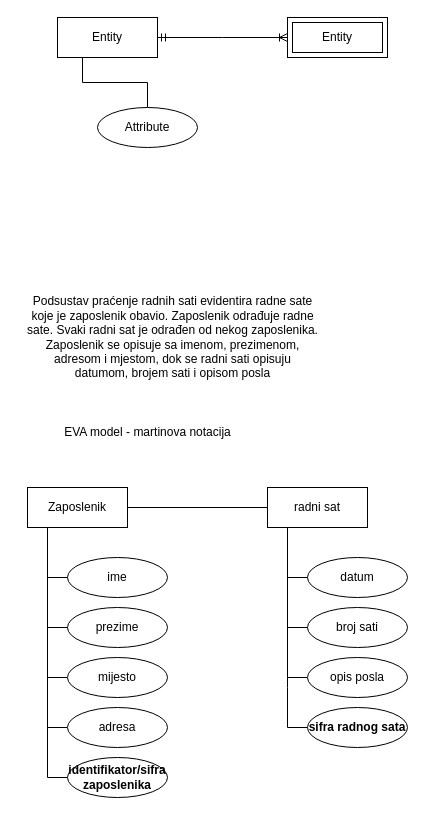
This is Untitled Diagram.drawio from ivorp95/Telematika, a draw.io file, before an edit. Source tidied: cells renumbered, new cells numbered last; positions are measured from the earlier drawing's top-left corner, leaving out a move shared by most shapes. Both pictures are drawn from the tidied source at 100%, with x=0, y=0 at pixel (17, 17).
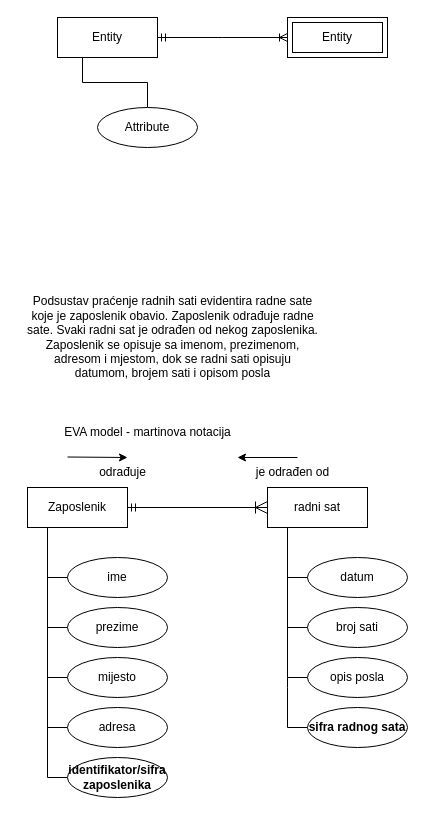
The same page after the edit.

Unchanged cells that the change refers to:
```xml
<mxCell id="10" value="Zaposlenik" style="whiteSpace=wrap;html=1;align=center;" parent="1" vertex="1">
  <mxGeometry x="10" y="470" width="100" height="40" as="geometry" />
</mxCell>
<mxCell id="11" value="radni sat" style="whiteSpace=wrap;html=1;align=center;" parent="1" vertex="1">
  <mxGeometry x="250" y="470" width="100" height="40" as="geometry" />
</mxCell>
```

The edit, as a diff of the source:
```diff
@@
-    <mxCell id="9" style="edgeStyle=orthogonalEdgeStyle;rounded=0;jettySize=auto;html=1;exitX=1;exitY=0.5;exitDx=0;exitDy=0;endArrow=none;endFill=0;" parent="1" edge="1" source="10" target="11">
+    <mxCell id="9" style="edgeStyle=orthogonalEdgeStyle;rounded=0;jettySize=auto;html=1;exitX=1;exitY=0.5;exitDx=0;exitDy=0;endArrow=ERoneToMany;endFill=0;startArrow=ERmandOne;startFill=0;endSize=10;" parent="1" edge="1" source="10" target="11">
       <mxGeometry relative="1" as="geometry" />
     </mxCell>
@@
+    <mxCell id="30" value="odrađuje" style="text;html=1;align=center;verticalAlign=middle;strokeColor=none;fillColor=none;strokeWidth=1;" parent="1" vertex="1">
+      <mxGeometry x="70" y="440" width="70" height="30" as="geometry" />
+    </mxCell>
+    <mxCell id="31" value="je odrađen od" style="text;html=1;align=center;verticalAlign=middle;strokeColor=none;fillColor=none;" parent="1" vertex="1">
+      <mxGeometry x="225" y="440" width="100" height="30" as="geometry" />
+    </mxCell>
+    <mxCell id="32" style="edgeStyle=none;orthogonalLoop=1;jettySize=auto;html=1;rounded=0;" parent="1" edge="1">
+      <mxGeometry relative="1" as="geometry">
+        <mxPoint x="280" y="440" as="sourcePoint" />
+        <mxPoint x="220" y="440" as="targetPoint" />
+      </mxGeometry>
+    </mxCell>
+    <mxCell id="33" style="edgeStyle=none;orthogonalLoop=1;jettySize=auto;html=1;rounded=0;" parent="1" edge="1">
+      <mxGeometry relative="1" as="geometry">
+        <mxPoint x="50" y="439.5" as="sourcePoint" />
+        <mxPoint x="110" y="440" as="targetPoint" />
+      </mxGeometry>
+    </mxCell>
```
